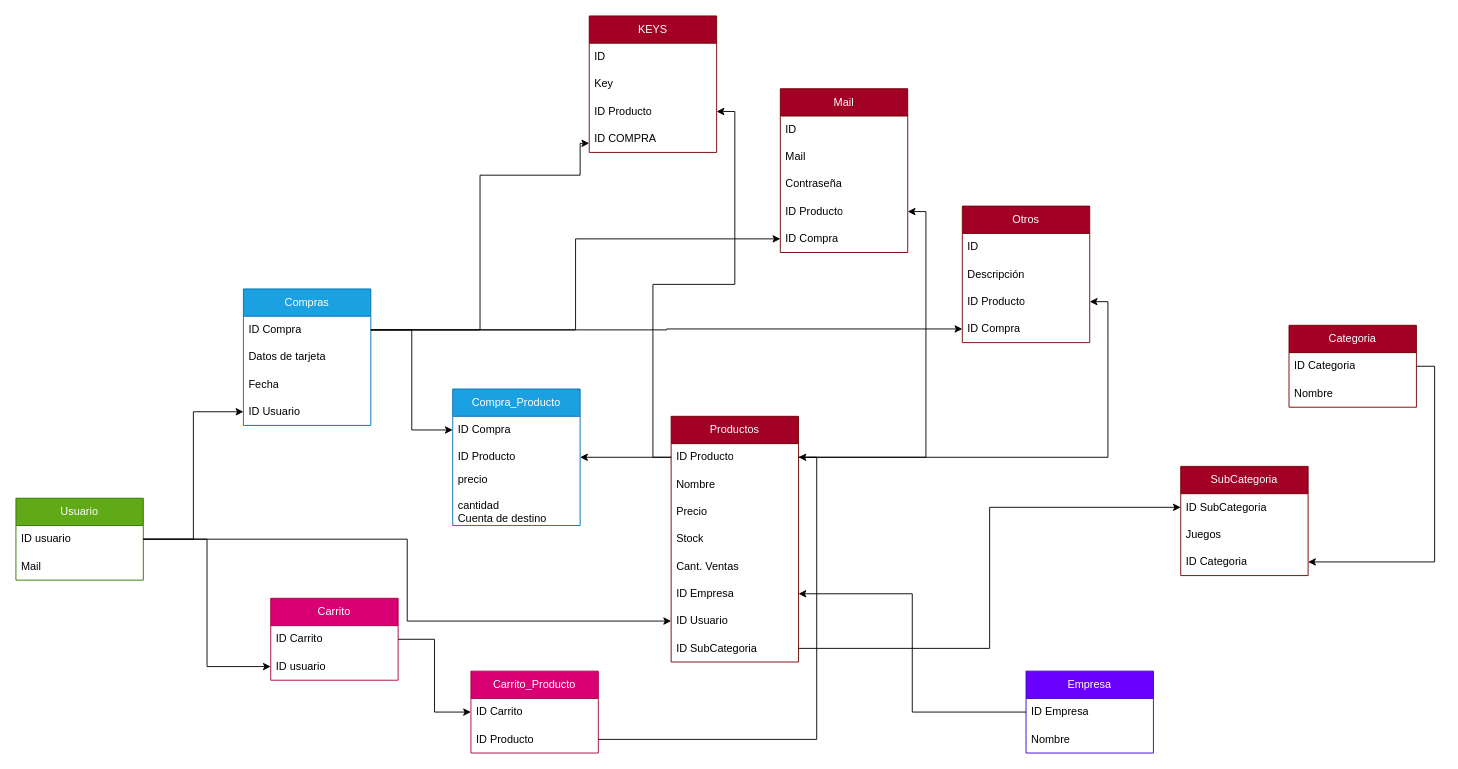
This is Proyecto_E-Commerse/Diagrams/ultimodiagrama.drawio from CodeSystem2022/X-FORCE_Cuarto_Semestre, a draw.io file, before an edit. Source tidied: cells renumbered, new cells numbered last; positions are measured from the earlier drawing's top-left corner, leaving out a move shared by most shapes. Both pictures are drawn from the tidied source at 91%, with x=0, y=0 at pixel (15, 15).
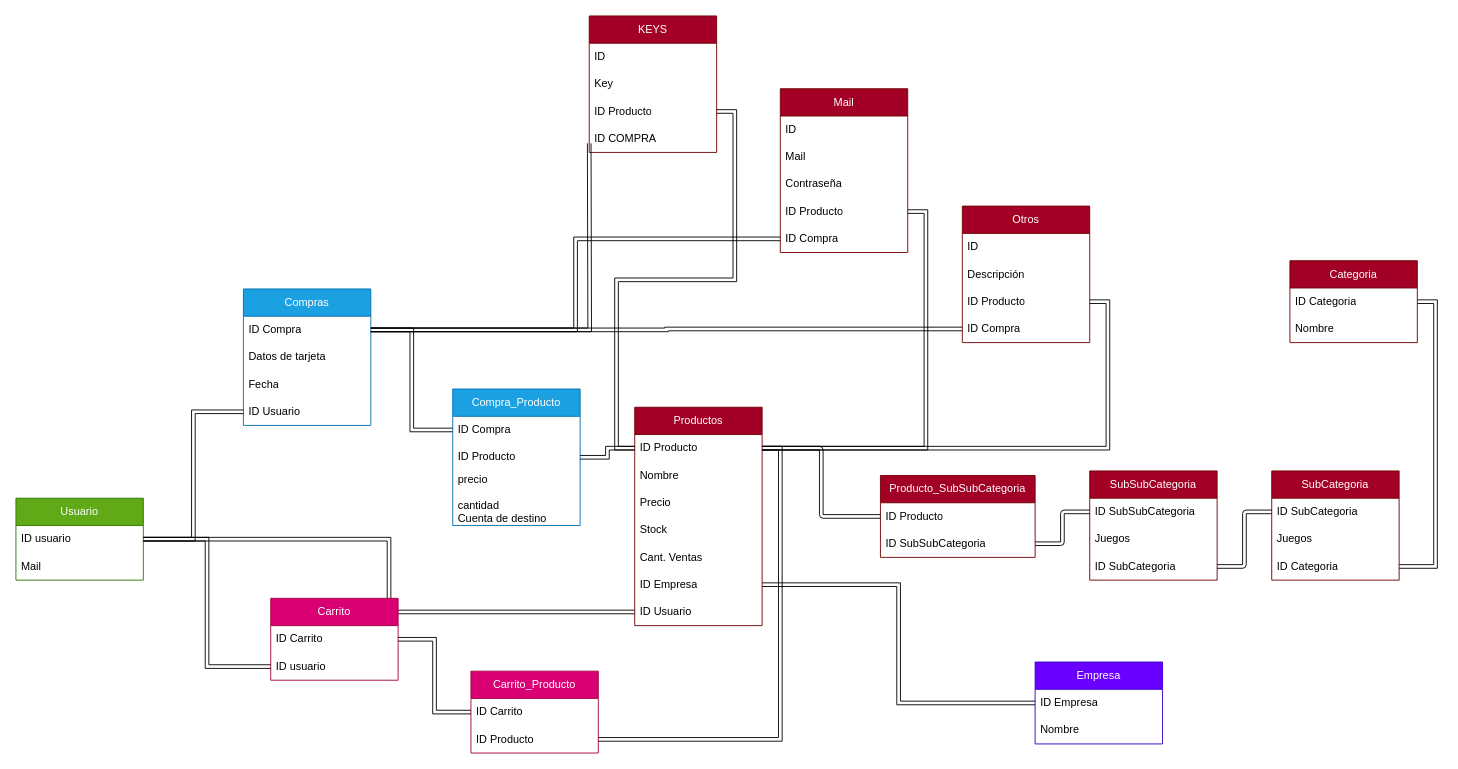
The same diagram, later.

Commit message:
[UML][PRODUCT] Se modifico el uml en la seccion de la aplicacion programs con el objetivo de que se puedan categorizar correctamente los productos

The change refers to these unchanged cells:
```xml
<mxCell id="3" value="ID usuario" style="text;strokeColor=none;fillColor=none;align=left;verticalAlign=middle;spacingLeft=4;spacingRight=4;overflow=hidden;points=[[0,0.5],[1,0.5]];portConstraint=eastwest;whiteSpace=wrap;html=1;" parent="2" vertex="1">
  <mxGeometry y="30" width="140" height="30" as="geometry" />
</mxCell>
<mxCell id="6" value="ID Compra" style="text;strokeColor=none;fillColor=none;align=left;verticalAlign=middle;spacingLeft=4;spacingRight=4;overflow=hidden;points=[[0,0.5],[1,0.5]];portConstraint=eastwest;whiteSpace=wrap;html=1;" parent="5" vertex="1">
  <mxGeometry y="30" width="140" height="30" as="geometry" />
</mxCell>
<mxCell id="9" value="ID Usuario" style="text;strokeColor=none;fillColor=none;align=left;verticalAlign=middle;spacingLeft=4;spacingRight=4;overflow=hidden;points=[[0,0.5],[1,0.5]];portConstraint=eastwest;whiteSpace=wrap;html=1;" parent="5" vertex="1">
  <mxGeometry y="120" width="140" height="30" as="geometry" />
</mxCell>
<mxCell id="11" value="ID Producto" style="text;strokeColor=none;fillColor=none;align=left;verticalAlign=middle;spacingLeft=4;spacingRight=4;overflow=hidden;points=[[0,0.5],[1,0.5]];portConstraint=eastwest;whiteSpace=wrap;html=1;" parent="10" vertex="1">
  <mxGeometry y="30" width="140" height="30" as="geometry" />
</mxCell>
<mxCell id="16" value="ID Empresa" style="text;strokeColor=none;fillColor=none;align=left;verticalAlign=middle;spacingLeft=4;spacingRight=4;overflow=hidden;points=[[0,0.5],[1,0.5]];portConstraint=eastwest;whiteSpace=wrap;html=1;" parent="10" vertex="1">
  <mxGeometry y="180" width="140" height="30" as="geometry" />
</mxCell>
<mxCell id="17" value="ID Usuario" style="text;strokeColor=none;fillColor=none;align=left;verticalAlign=middle;spacingLeft=4;spacingRight=4;overflow=hidden;points=[[0,0.5],[1,0.5]];portConstraint=eastwest;whiteSpace=wrap;html=1;" parent="10" vertex="1">
  <mxGeometry y="210" width="140" height="30" as="geometry" />
</mxCell>
<mxCell id="21" value="ID Compra&lt;span style=&quot;white-space: pre;&quot;&gt;&#9;&lt;/span&gt;" style="text;strokeColor=none;fillColor=none;align=left;verticalAlign=middle;spacingLeft=4;spacingRight=4;overflow=hidden;points=[[0,0.5],[1,0.5]];portConstraint=eastwest;whiteSpace=wrap;html=1;" parent="20" vertex="1">
  <mxGeometry y="30" width="140" height="30" as="geometry" />
</mxCell>
<mxCell id="22" value="ID Producto" style="text;strokeColor=none;fillColor=none;align=left;verticalAlign=middle;spacingLeft=4;spacingRight=4;overflow=hidden;points=[[0,0.5],[1,0.5]];portConstraint=eastwest;whiteSpace=wrap;html=1;" parent="20" vertex="1">
  <mxGeometry y="60" width="140" height="30" as="geometry" />
</mxCell>
<mxCell id="28" value="ID Carrito" style="text;strokeColor=none;fillColor=none;align=left;verticalAlign=middle;spacingLeft=4;spacingRight=4;overflow=hidden;points=[[0,0.5],[1,0.5]];portConstraint=eastwest;whiteSpace=wrap;html=1;" parent="27" vertex="1">
  <mxGeometry y="30" width="140" height="30" as="geometry" />
</mxCell>
<mxCell id="29" value="ID usuario" style="text;strokeColor=none;fillColor=none;align=left;verticalAlign=middle;spacingLeft=4;spacingRight=4;overflow=hidden;points=[[0,0.5],[1,0.5]];portConstraint=eastwest;whiteSpace=wrap;html=1;" parent="27" vertex="1">
  <mxGeometry y="60" width="140" height="30" as="geometry" />
</mxCell>
<mxCell id="32" value="ID Carrito" style="text;strokeColor=none;fillColor=none;align=left;verticalAlign=middle;spacingLeft=4;spacingRight=4;overflow=hidden;points=[[0,0.5],[1,0.5]];portConstraint=eastwest;whiteSpace=wrap;html=1;" parent="31" vertex="1">
  <mxGeometry y="30" width="140" height="30" as="geometry" />
</mxCell>
<mxCell id="33" value="ID Producto" style="text;strokeColor=none;fillColor=none;align=left;verticalAlign=middle;spacingLeft=4;spacingRight=4;overflow=hidden;points=[[0,0.5],[1,0.5]];portConstraint=eastwest;whiteSpace=wrap;html=1;" parent="31" vertex="1">
  <mxGeometry y="60" width="140" height="30" as="geometry" />
</mxCell>
<mxCell id="38" value="ID Categoria" style="text;strokeColor=none;fillColor=none;align=left;verticalAlign=middle;spacingLeft=4;spacingRight=4;overflow=hidden;points=[[0,0.5],[1,0.5]];portConstraint=eastwest;whiteSpace=wrap;html=1;" parent="37" vertex="1">
  <mxGeometry y="30" width="140" height="30" as="geometry" />
</mxCell>
<mxCell id="41" value="ID SubCategoria" style="text;strokeColor=none;fillColor=none;align=left;verticalAlign=middle;spacingLeft=4;spacingRight=4;overflow=hidden;points=[[0,0.5],[1,0.5]];portConstraint=eastwest;whiteSpace=wrap;html=1;" parent="40" vertex="1">
  <mxGeometry y="30" width="140" height="30" as="geometry" />
</mxCell>
<mxCell id="43" value="ID Categoria" style="text;strokeColor=none;fillColor=none;align=left;verticalAlign=middle;spacingLeft=4;spacingRight=4;overflow=hidden;points=[[0,0.5],[1,0.5]];portConstraint=eastwest;whiteSpace=wrap;html=1;" parent="40" vertex="1">
  <mxGeometry y="90" width="140" height="30" as="geometry" />
</mxCell>
<mxCell id="46" value="ID Empresa" style="text;strokeColor=none;fillColor=none;align=left;verticalAlign=middle;spacingLeft=4;spacingRight=4;overflow=hidden;points=[[0,0.5],[1,0.5]];portConstraint=eastwest;whiteSpace=wrap;html=1;" parent="45" vertex="1">
  <mxGeometry y="30" width="140" height="30" as="geometry" />
</mxCell>
<mxCell id="53" value="ID Producto" style="text;strokeColor=none;fillColor=none;align=left;verticalAlign=middle;spacingLeft=4;spacingRight=4;overflow=hidden;points=[[0,0.5],[1,0.5]];portConstraint=eastwest;whiteSpace=wrap;html=1;" parent="49" vertex="1">
  <mxGeometry y="120" width="140" height="30" as="geometry" />
</mxCell>
<mxCell id="54" value="ID Compra" style="text;strokeColor=none;fillColor=none;align=left;verticalAlign=middle;spacingLeft=4;spacingRight=4;overflow=hidden;points=[[0,0.5],[1,0.5]];portConstraint=eastwest;whiteSpace=wrap;html=1;" parent="49" vertex="1">
  <mxGeometry y="150" width="140" height="30" as="geometry" />
</mxCell>
<mxCell id="58" value="ID Producto" style="text;strokeColor=none;fillColor=none;align=left;verticalAlign=middle;spacingLeft=4;spacingRight=4;overflow=hidden;points=[[0,0.5],[1,0.5]];portConstraint=eastwest;whiteSpace=wrap;html=1;" parent="55" vertex="1">
  <mxGeometry y="90" width="140" height="30" as="geometry" />
</mxCell>
<mxCell id="59" value="ID Compra" style="text;strokeColor=none;fillColor=none;align=left;verticalAlign=middle;spacingLeft=4;spacingRight=4;overflow=hidden;points=[[0,0.5],[1,0.5]];portConstraint=eastwest;whiteSpace=wrap;html=1;" parent="55" vertex="1">
  <mxGeometry y="120" width="140" height="30" as="geometry" />
</mxCell>
<mxCell id="63" value="ID Producto" style="text;strokeColor=none;fillColor=none;align=left;verticalAlign=middle;spacingLeft=4;spacingRight=4;overflow=hidden;points=[[0,0.5],[1,0.5]];portConstraint=eastwest;whiteSpace=wrap;html=1;" parent="60" vertex="1">
  <mxGeometry y="90" width="140" height="30" as="geometry" />
</mxCell>
```

Diff of the diagram source:
```diff
@@
     <mxCell id="10" value="Productos" style="swimlane;fontStyle=0;horizontal=1;startSize=30;whiteSpace=wrap;html=1;fillColor=#a20025;fontColor=#ffffff;strokeColor=#6F0000;" parent="1" vertex="1">
-      <mxGeometry x="720" y="440" width="140" height="270" as="geometry" />
+      <mxGeometry x="680" y="430" width="140" height="240" as="geometry" />
     </mxCell>
@@
-    <mxCell id="18" value="ID SubCategoria" style="text;strokeColor=none;fillColor=none;align=left;verticalAlign=middle;spacingLeft=4;spacingRight=4;overflow=hidden;points=[[0,0.5],[1,0.5]];portConstraint=eastwest;whiteSpace=wrap;html=1;" parent="10" vertex="1">
-      <mxGeometry y="240" width="140" height="30" as="geometry" />
-    </mxCell>
-    <mxCell id="19" style="edgeStyle=orthogonalEdgeStyle;rounded=0;jettySize=auto;html=1;entryX=0;entryY=0.5;entryDx=0;entryDy=0;exitX=1;exitY=0.5;exitDx=0;exitDy=0;" parent="1" edge="1" source="3" target="9">
+    <mxCell id="19" style="edgeStyle=orthogonalEdgeStyle;rounded=0;jettySize=auto;html=1;entryX=0;entryY=0.5;entryDx=0;entryDy=0;exitX=1;exitY=0.5;exitDx=0;exitDy=0;shape=link;" parent="1" edge="1" source="3" target="9">
       <mxGeometry relative="1" as="geometry" />
     </mxCell>
@@
-    <mxCell id="24" style="edgeStyle=orthogonalEdgeStyle;rounded=0;jettySize=auto;html=1;entryX=0;entryY=0.5;entryDx=0;entryDy=0;" parent="1" edge="1" source="6" target="21">
+    <mxCell id="24" style="edgeStyle=orthogonalEdgeStyle;rounded=0;jettySize=auto;html=1;entryX=0;entryY=0.5;entryDx=0;entryDy=0;shape=link;" parent="1" edge="1" source="6" target="21">
       <mxGeometry relative="1" as="geometry" />
     </mxCell>
-    <mxCell id="25" style="edgeStyle=orthogonalEdgeStyle;rounded=0;jettySize=auto;html=1;entryX=1;entryY=0.5;entryDx=0;entryDy=0;" parent="1" edge="1" source="11" target="22">
+    <mxCell id="25" style="edgeStyle=orthogonalEdgeStyle;rounded=0;jettySize=auto;html=1;entryX=1;entryY=0.5;entryDx=0;entryDy=0;shape=link;" parent="1" edge="1" source="11" target="22">
       <mxGeometry relative="1" as="geometry" />
     </mxCell>
-    <mxCell id="26" style="edgeStyle=orthogonalEdgeStyle;rounded=0;jettySize=auto;html=1;entryX=0;entryY=0.5;entryDx=0;entryDy=0;exitX=1;exitY=0.5;exitDx=0;exitDy=0;" parent="1" edge="1" source="3" target="17">
+    <mxCell id="26" style="edgeStyle=orthogonalEdgeStyle;rounded=0;jettySize=auto;html=1;entryX=0;entryY=0.5;entryDx=0;entryDy=0;exitX=1;exitY=0.5;exitDx=0;exitDy=0;shape=link;" parent="1" edge="1" source="3" target="17">
       <mxGeometry relative="1" as="geometry" />
     </mxCell>
@@
-    <mxCell id="30" style="edgeStyle=orthogonalEdgeStyle;rounded=0;jettySize=auto;html=1;entryX=0;entryY=0.5;entryDx=0;entryDy=0;exitX=1;exitY=0.5;exitDx=0;exitDy=0;" parent="1" edge="1" source="3" target="29">
+    <mxCell id="30" style="edgeStyle=orthogonalEdgeStyle;rounded=0;jettySize=auto;html=1;entryX=0;entryY=0.5;entryDx=0;entryDy=0;exitX=1;exitY=0.5;exitDx=0;exitDy=0;shape=link;" parent="1" edge="1" source="3" target="29">
       <mxGeometry relative="1" as="geometry" />
     </mxCell>
@@
-    <mxCell id="34" style="edgeStyle=orthogonalEdgeStyle;rounded=0;jettySize=auto;html=1;entryX=0;entryY=0.5;entryDx=0;entryDy=0;" parent="1" edge="1" source="28" target="32">
+    <mxCell id="34" style="edgeStyle=orthogonalEdgeStyle;rounded=0;jettySize=auto;html=1;entryX=0;entryY=0.5;entryDx=0;entryDy=0;shape=link;" parent="1" edge="1" source="28" target="32">
       <mxGeometry relative="1" as="geometry" />
     </mxCell>
-    <mxCell id="35" style="edgeStyle=orthogonalEdgeStyle;rounded=0;jettySize=auto;html=1;entryX=1;entryY=0.5;entryDx=0;entryDy=0;" parent="1" edge="1" source="33" target="11">
+    <mxCell id="35" style="edgeStyle=orthogonalEdgeStyle;rounded=0;jettySize=auto;html=1;entryX=1;entryY=0.5;entryDx=0;entryDy=0;shape=link;" parent="1" edge="1" source="33" target="11">
       <mxGeometry relative="1" as="geometry" />
     </mxCell>
-    <mxCell id="36" style="edgeStyle=orthogonalEdgeStyle;rounded=0;jettySize=auto;html=1;entryX=1;entryY=0.5;entryDx=0;entryDy=0;exitX=1;exitY=0.5;exitDx=0;exitDy=0;" parent="1" edge="1" source="38" target="43">
+    <mxCell id="36" style="edgeStyle=orthogonalEdgeStyle;rounded=0;jettySize=auto;html=1;entryX=1;entryY=0.5;entryDx=0;entryDy=0;exitX=1;exitY=0.5;exitDx=0;exitDy=0;shape=link;" parent="1" edge="1" source="38" target="43">
       <mxGeometry relative="1" as="geometry" />
     </mxCell>
     <mxCell id="37" value="Categoria" style="swimlane;fontStyle=0;horizontal=1;startSize=30;whiteSpace=wrap;html=1;fillColor=#a20025;fontColor=#ffffff;strokeColor=#6F0000;" parent="1" vertex="1">
-      <mxGeometry x="1399" y="340" width="140" height="90" as="geometry" />
+      <mxGeometry x="1400" y="269" width="140" height="90" as="geometry" />
     </mxCell>
@@
     <mxCell id="40" value="SubCategoria" style="swimlane;fontStyle=0;horizontal=1;startSize=30;whiteSpace=wrap;html=1;fillColor=#a20025;fontColor=#ffffff;strokeColor=#6F0000;" parent="1" vertex="1">
-      <mxGeometry x="1280" y="495" width="140" height="120" as="geometry" />
+      <mxGeometry x="1380" y="500" width="140" height="120" as="geometry" />
     </mxCell>
@@
-    <mxCell id="44" style="edgeStyle=orthogonalEdgeStyle;rounded=0;jettySize=auto;html=1;entryX=0;entryY=0.5;entryDx=0;entryDy=0;" parent="1" edge="1" source="18" target="41">
-      <mxGeometry relative="1" as="geometry" />
-    </mxCell>
     <mxCell id="45" value="Empresa" style="swimlane;fontStyle=0;horizontal=1;startSize=30;whiteSpace=wrap;html=1;fillColor=#6a00ff;fontColor=#ffffff;strokeColor=#3700CC;" parent="1" vertex="1">
-      <mxGeometry x="1110" y="720" width="140" height="90" as="geometry" />
+      <mxGeometry x="1120" y="710" width="140" height="90" as="geometry" />
     </mxCell>
@@
-    <mxCell id="48" style="edgeStyle=orthogonalEdgeStyle;rounded=0;jettySize=auto;html=1;exitX=0;exitY=0.5;exitDx=0;exitDy=0;entryX=1;entryY=0.5;entryDx=0;entryDy=0;" parent="1" edge="1" source="46" target="16">
+    <mxCell id="48" style="edgeStyle=orthogonalEdgeStyle;rounded=0;jettySize=auto;html=1;exitX=0;exitY=0.5;exitDx=0;exitDy=0;entryX=1;entryY=0.5;entryDx=0;entryDy=0;shape=link;" parent="1" edge="1" source="46" target="16">
       <mxGeometry relative="1" as="geometry" />
     </mxCell>
@@
-    <mxCell id="65" style="edgeStyle=orthogonalEdgeStyle;rounded=0;jettySize=auto;html=1;entryX=1;entryY=0.5;entryDx=0;entryDy=0;" parent="1" edge="1" source="11" target="63">
+    <mxCell id="65" style="edgeStyle=orthogonalEdgeStyle;rounded=0;jettySize=auto;html=1;entryX=1;entryY=0.5;entryDx=0;entryDy=0;shape=link;" parent="1" edge="1" source="11" target="63">
       <mxGeometry relative="1" as="geometry" />
     </mxCell>
-    <mxCell id="66" style="edgeStyle=orthogonalEdgeStyle;rounded=0;jettySize=auto;html=1;entryX=1;entryY=0.5;entryDx=0;entryDy=0;" parent="1" edge="1" source="11" target="53">
+    <mxCell id="66" style="edgeStyle=orthogonalEdgeStyle;rounded=0;jettySize=auto;html=1;entryX=1;entryY=0.5;entryDx=0;entryDy=0;shape=link;" parent="1" edge="1" source="11" target="53">
       <mxGeometry relative="1" as="geometry" />
     </mxCell>
-    <mxCell id="67" style="edgeStyle=orthogonalEdgeStyle;rounded=0;jettySize=auto;html=1;entryX=1;entryY=0.5;entryDx=0;entryDy=0;" parent="1" edge="1" source="11" target="58">
+    <mxCell id="67" style="edgeStyle=orthogonalEdgeStyle;rounded=0;jettySize=auto;html=1;entryX=1;entryY=0.5;entryDx=0;entryDy=0;shape=link;" parent="1" edge="1" source="11" target="58">
       <mxGeometry relative="1" as="geometry" />
     </mxCell>
-    <mxCell id="68" style="edgeStyle=orthogonalEdgeStyle;rounded=0;jettySize=auto;html=1;" parent="1" edge="1" source="6">
+    <mxCell id="68" style="edgeStyle=orthogonalEdgeStyle;rounded=0;jettySize=auto;html=1;shape=link;" parent="1" edge="1" source="6">
       <mxGeometry relative="1" as="geometry">
         <mxPoint x="630" y="140" as="targetPoint" />
-        <Array as="points">
-          <mxPoint x="510" y="345" />
-          <mxPoint x="510" y="175" />
-          <mxPoint x="620" y="175" />
-          <mxPoint x="620" y="140" />
-        </Array>
       </mxGeometry>
     </mxCell>
-    <mxCell id="69" style="edgeStyle=orthogonalEdgeStyle;rounded=0;jettySize=auto;html=1;entryX=0;entryY=0.5;entryDx=0;entryDy=0;" parent="1" edge="1" source="6" target="54">
+    <mxCell id="69" style="edgeStyle=orthogonalEdgeStyle;rounded=0;jettySize=auto;html=1;entryX=0;entryY=0.5;entryDx=0;entryDy=0;shape=link;" parent="1" edge="1" source="6" target="54">
       <mxGeometry relative="1" as="geometry" />
     </mxCell>
-    <mxCell id="70" style="edgeStyle=orthogonalEdgeStyle;rounded=0;jettySize=auto;html=1;" parent="1" edge="1" source="6" target="59">
+    <mxCell id="70" style="edgeStyle=orthogonalEdgeStyle;rounded=0;jettySize=auto;html=1;shape=link;" parent="1" edge="1" source="6" target="59">
       <mxGeometry relative="1" as="geometry" />
     </mxCell>
+    <mxCell id="71" value="SubSubCategoria" style="swimlane;fontStyle=0;horizontal=1;startSize=30;whiteSpace=wrap;html=1;fillColor=#a20025;fontColor=#ffffff;strokeColor=#6F0000;" parent="1" vertex="1">
+      <mxGeometry x="1180" y="500" width="140" height="120" as="geometry" />
+    </mxCell>
+    <mxCell id="72" value="ID SubSubCategoria" style="text;strokeColor=none;fillColor=none;align=left;verticalAlign=middle;spacingLeft=4;spacingRight=4;overflow=hidden;points=[[0,0.5],[1,0.5]];portConstraint=eastwest;whiteSpace=wrap;html=1;" parent="71" vertex="1">
+      <mxGeometry y="30" width="140" height="30" as="geometry" />
+    </mxCell>
+    <mxCell id="73" value="Juegos" style="text;strokeColor=none;fillColor=none;align=left;verticalAlign=middle;spacingLeft=4;spacingRight=4;overflow=hidden;whiteSpace=wrap;html=1;" parent="71" vertex="1">
+      <mxGeometry y="60" width="140" height="30" as="geometry" />
+    </mxCell>
+    <mxCell id="18" value="ID SubCategoria" style="text;strokeColor=none;fillColor=none;align=left;verticalAlign=middle;spacingLeft=4;spacingRight=4;overflow=hidden;points=[[0,0.5],[1,0.5]];portConstraint=eastwest;whiteSpace=wrap;html=1;" parent="71" vertex="1">
+      <mxGeometry y="90" width="140" height="30" as="geometry" />
+    </mxCell>
+    <mxCell id="44" style="edgeStyle=orthogonalEdgeStyle;html=1;entryX=0;entryY=0.5;entryDx=0;entryDy=0;shape=link;" parent="1" edge="1" source="18" target="41">
+      <mxGeometry relative="1" as="geometry" />
+    </mxCell>
+    <mxCell id="74" value="Producto_SubSubCategoria" style="swimlane;fontStyle=0;horizontal=1;startSize=30;whiteSpace=wrap;html=1;fillColor=#a20025;fontColor=#ffffff;strokeColor=#6F0000;" parent="1" vertex="1">
+      <mxGeometry x="950" y="505" width="170" height="90" as="geometry" />
+    </mxCell>
+    <mxCell id="75" value="ID Producto" style="text;strokeColor=none;fillColor=none;align=left;verticalAlign=middle;spacingLeft=4;spacingRight=4;overflow=hidden;points=[[0,0.5],[1,0.5]];portConstraint=eastwest;whiteSpace=wrap;html=1;" parent="74" vertex="1">
+      <mxGeometry y="30" width="170" height="30" as="geometry" />
+    </mxCell>
+    <mxCell id="76" value="ID SubSubCategoria" style="text;strokeColor=none;fillColor=none;align=left;verticalAlign=middle;spacingLeft=4;spacingRight=4;overflow=hidden;points=[[0,0.5],[1,0.5]];portConstraint=eastwest;whiteSpace=wrap;html=1;" parent="74" vertex="1">
+      <mxGeometry y="60" width="170" height="30" as="geometry" />
+    </mxCell>
+    <mxCell id="77" style="edgeStyle=orthogonalEdgeStyle;html=1;entryX=1;entryY=0.5;entryDx=0;entryDy=0;shape=link;" parent="1" edge="1" source="72" target="76">
+      <mxGeometry relative="1" as="geometry" />
+    </mxCell>
+    <mxCell id="78" style="edgeStyle=orthogonalEdgeStyle;html=1;entryX=0;entryY=0.5;entryDx=0;entryDy=0;shape=link;" parent="1" edge="1" source="11" target="75">
+      <mxGeometry relative="1" as="geometry" />
+    </mxCell>
```
